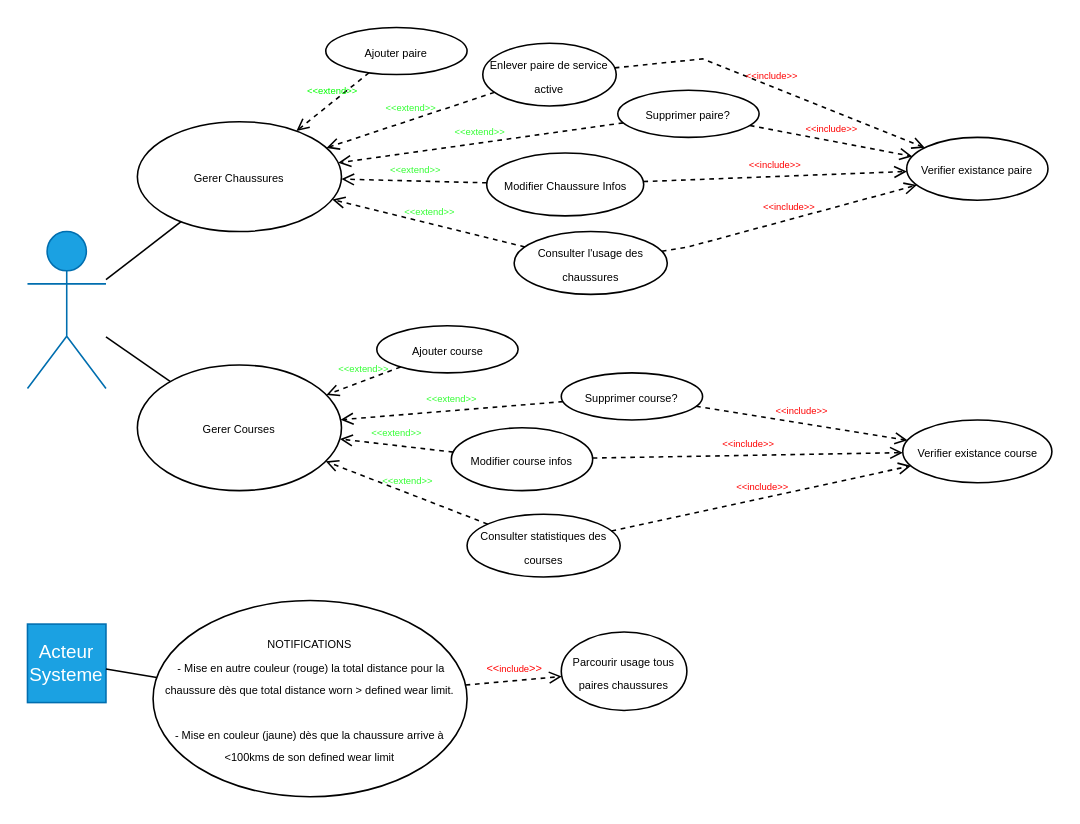
Before: ProjectShoeTrack/Documentation/ShoeTrackUseCaseDiagram.drawio in chocowgirl/CoursFrancisco, a draw.io diagram. Source tidied: cells renumbered, new cells numbered last; positions are measured from the earlier drawing's top-left corner, leaving out a move shared by most shapes. Both pictures are drawn from the tidied source at 157%, with x=0, y=0 at pixel (27, 27).
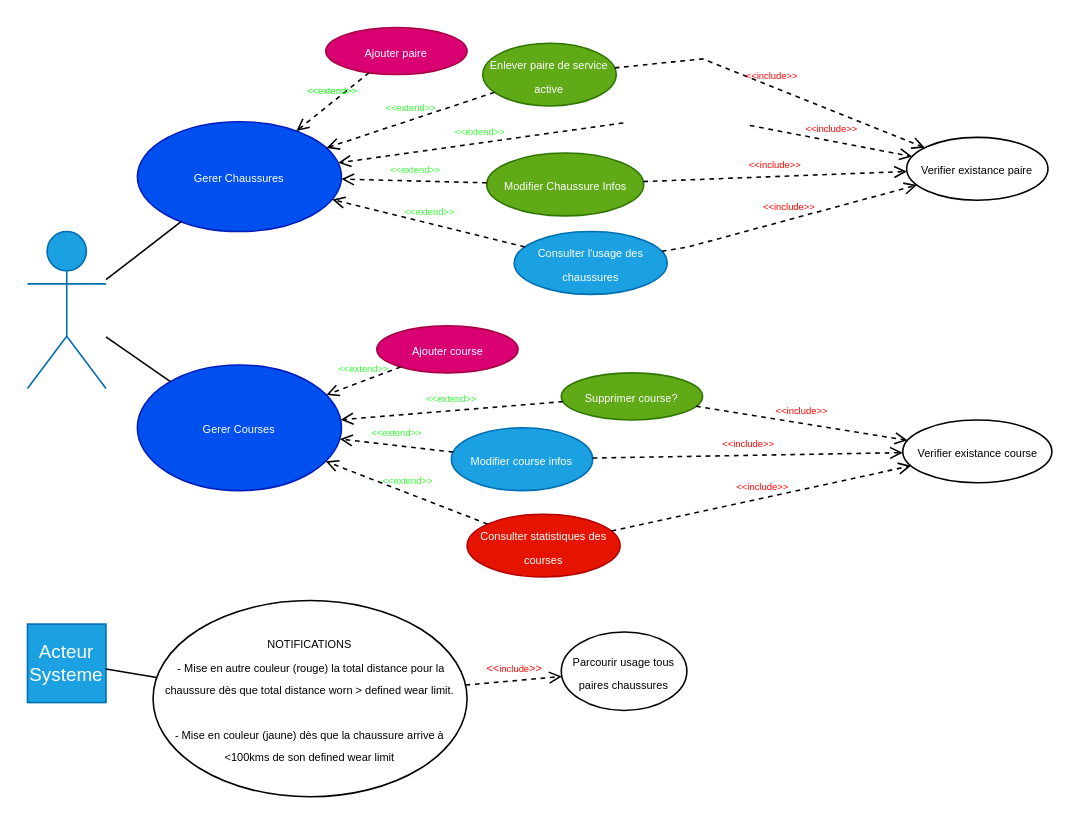
The same diagram, later.

Commit message (it also covers changes not shown here):
end of day push.  need to do controllers

The change refers to these unchanged cells:
```xml
<mxCell id="17" value="&lt;font style=&quot;font-size: 7px;&quot;&gt;Verifier existance paire&lt;/font&gt;" style="ellipse;whiteSpace=wrap;html=1;" parent="1" vertex="1">
  <mxGeometry x="560" y="70" width="90" height="40" as="geometry" />
</mxCell>
```

What changed in the source:
```diff
@@
-    <mxCell id="3" value="&lt;font style=&quot;font-size: 7px;&quot;&gt;Ajouter paire&lt;/font&gt;" style="ellipse;whiteSpace=wrap;html=1;" parent="1" vertex="1">
+    <mxCell id="3" value="&lt;font style=&quot;font-size: 7px;&quot;&gt;Ajouter paire&lt;/font&gt;" style="ellipse;whiteSpace=wrap;html=1;fillColor=#d80073;fontColor=#ffffff;strokeColor=#A50040;" parent="1" vertex="1">
       <mxGeometry x="190" width="90" height="30" as="geometry" />
     </mxCell>
-    <mxCell id="4" value="&lt;font style=&quot;font-size: 7px;&quot;&gt;Enlever paire de service active&lt;/font&gt;" style="ellipse;whiteSpace=wrap;html=1;" parent="1" vertex="1">
+    <mxCell id="4" value="&lt;font style=&quot;font-size: 7px;&quot;&gt;Enlever paire de service active&lt;/font&gt;" style="ellipse;whiteSpace=wrap;html=1;fillColor=#60a917;fontColor=#ffffff;strokeColor=#2D7600;" parent="1" vertex="1">
       <mxGeometry x="290" y="10" width="85" height="40" as="geometry" />
     </mxCell>
@@
-    <mxCell id="6" value="&lt;font style=&quot;font-size: 7px;&quot;&gt;Modifier Chaussure Infos&lt;/font&gt;" style="ellipse;whiteSpace=wrap;html=1;" parent="1" vertex="1">
+    <mxCell id="6" value="&lt;font style=&quot;font-size: 7px;&quot;&gt;Modifier Chaussure Infos&lt;/font&gt;" style="ellipse;whiteSpace=wrap;html=1;fillColor=#60a917;fontColor=#ffffff;strokeColor=#2D7600;" parent="1" vertex="1">
       <mxGeometry x="292.5" y="80" width="100" height="40" as="geometry" />
     </mxCell>
-    <mxCell id="7" value="&lt;font style=&quot;font-size: 7px;&quot;&gt;Gerer Chaussures&lt;/font&gt;" style="ellipse;whiteSpace=wrap;html=1;" parent="1" vertex="1">
+    <mxCell id="7" value="&lt;font style=&quot;font-size: 7px;&quot;&gt;Gerer Chaussures&lt;/font&gt;" style="ellipse;whiteSpace=wrap;html=1;fillColor=#0050ef;fontColor=#ffffff;strokeColor=#001DBC;" parent="1" vertex="1">
       <mxGeometry x="70" y="60" width="130" height="70" as="geometry" />
     </mxCell>
-    <mxCell id="8" value="&lt;font style=&quot;font-size: 7px;&quot;&gt;Gerer Courses&lt;/font&gt;" style="ellipse;whiteSpace=wrap;html=1;" parent="1" vertex="1">
+    <mxCell id="8" value="&lt;font style=&quot;font-size: 7px;&quot;&gt;Gerer Courses&lt;/font&gt;" style="ellipse;whiteSpace=wrap;html=1;fillColor=#0050ef;fontColor=#ffffff;strokeColor=#001DBC;" parent="1" vertex="1">
       <mxGeometry x="70" y="215" width="130" height="80" as="geometry" />
     </mxCell>
-    <mxCell id="9" value="&lt;font style=&quot;font-size: 7px;&quot;&gt;Ajouter course&lt;/font&gt;" style="ellipse;whiteSpace=wrap;html=1;" parent="1" vertex="1">
+    <mxCell id="9" value="&lt;font style=&quot;font-size: 7px;&quot;&gt;Ajouter course&lt;/font&gt;" style="ellipse;whiteSpace=wrap;html=1;fillColor=#d80073;fontColor=#ffffff;strokeColor=#A50040;" parent="1" vertex="1">
       <mxGeometry x="222.5" y="190" width="90" height="30" as="geometry" />
     </mxCell>
-    <mxCell id="10" value="&lt;font style=&quot;font-size: 7px;&quot;&gt;Modifier course infos&lt;/font&gt;" style="ellipse;whiteSpace=wrap;html=1;" parent="1" vertex="1">
+    <mxCell id="10" value="&lt;font style=&quot;font-size: 7px;&quot;&gt;Modifier course infos&lt;/font&gt;" style="ellipse;whiteSpace=wrap;html=1;fillColor=#1ba1e2;fontColor=#ffffff;strokeColor=#006EAF;" parent="1" vertex="1">
       <mxGeometry x="270" y="255" width="90" height="40" as="geometry" />
     </mxCell>
-    <mxCell id="11" value="&lt;font style=&quot;font-size: 7px;&quot;&gt;Supprimer paire?&lt;/font&gt;" style="ellipse;whiteSpace=wrap;html=1;" parent="1" vertex="1">
-      <mxGeometry x="376" y="40" width="90" height="30" as="geometry" />
-    </mxCell>
-    <mxCell id="12" value="&lt;font style=&quot;font-size: 7px;&quot;&gt;Supprimer course?&lt;/font&gt;" style="ellipse;whiteSpace=wrap;html=1;" parent="1" vertex="1">
+    <mxCell id="12" value="&lt;font style=&quot;font-size: 7px;&quot;&gt;Supprimer course?&lt;/font&gt;" style="ellipse;whiteSpace=wrap;html=1;fillColor=#60a917;fontColor=#ffffff;strokeColor=#2D7600;" parent="1" vertex="1">
       <mxGeometry x="340" y="220" width="90" height="30" as="geometry" />
     </mxCell>
-    <mxCell id="13" value="&lt;font style=&quot;font-size: 7px;&quot;&gt;Consulter statistiques des courses&lt;/font&gt;" style="ellipse;whiteSpace=wrap;html=1;" parent="1" vertex="1">
+    <mxCell id="13" value="&lt;font style=&quot;font-size: 7px;&quot;&gt;Consulter statistiques des courses&lt;/font&gt;" style="ellipse;whiteSpace=wrap;html=1;fillColor=#e51400;fontColor=#ffffff;strokeColor=#B20000;" parent="1" vertex="1">
       <mxGeometry x="280" y="310" width="97.5" height="40" as="geometry" />
     </mxCell>
-    <mxCell id="14" value="&lt;font style=&quot;font-size: 7px;&quot;&gt;Consulter l'usage des chaussures&lt;/font&gt;" style="ellipse;whiteSpace=wrap;html=1;" parent="1" vertex="1">
+    <mxCell id="14" value="&lt;font style=&quot;font-size: 7px;&quot;&gt;Consulter l'usage des chaussures&lt;/font&gt;" style="ellipse;whiteSpace=wrap;html=1;fillColor=#1ba1e2;fontColor=#ffffff;strokeColor=#006EAF;" parent="1" vertex="1">
       <mxGeometry x="310" y="130" width="97.5" height="40" as="geometry" />
     </mxCell>
@@
-    <mxCell id="16" value="&lt;font color=&quot;#33ff33&quot; style=&quot;font-size: 6px;&quot;&gt;&amp;lt;&amp;lt;extend&amp;gt;&amp;gt;&lt;/font&gt;" style="html=1;verticalAlign=bottom;labelBackgroundColor=none;endArrow=open;endFill=0;dashed=1;rounded=0;" parent="1" edge="1" source="11" target="7">
-      <mxGeometry relative="1" as="geometry" />
+    <mxCell id="16" value="&lt;font color=&quot;#33ff33&quot; style=&quot;font-size: 6px;&quot;&gt;&amp;lt;&amp;lt;extend&amp;gt;&amp;gt;&lt;/font&gt;" style="html=1;verticalAlign=bottom;labelBackgroundColor=none;endArrow=open;endFill=0;dashed=1;rounded=0;" parent="1" edge="1" target="7">
+      <mxGeometry relative="1" as="geometry">
+        <mxPoint x="379.5" y="60.8" as="sourcePoint" />
+      </mxGeometry>
     </mxCell>
@@
-    <mxCell id="18" value="&lt;font color=&quot;#ff0000&quot; style=&quot;font-size: 6px;&quot;&gt;&amp;lt;&amp;lt;include&amp;gt;&amp;gt;&lt;/font&gt;" style="html=1;verticalAlign=bottom;labelBackgroundColor=none;endArrow=open;endFill=0;dashed=1;rounded=0;" parent="1" edge="1" source="11" target="17">
-      <mxGeometry relative="1" as="geometry" />
+    <mxCell id="18" value="&lt;font color=&quot;#ff0000&quot; style=&quot;font-size: 6px;&quot;&gt;&amp;lt;&amp;lt;include&amp;gt;&amp;gt;&lt;/font&gt;" style="html=1;verticalAlign=bottom;labelBackgroundColor=none;endArrow=open;endFill=0;dashed=1;rounded=0;" parent="1" edge="1" target="17">
+      <mxGeometry relative="1" as="geometry">
+        <mxPoint x="460.1" y="62.4" as="sourcePoint" />
+      </mxGeometry>
     </mxCell>
```
